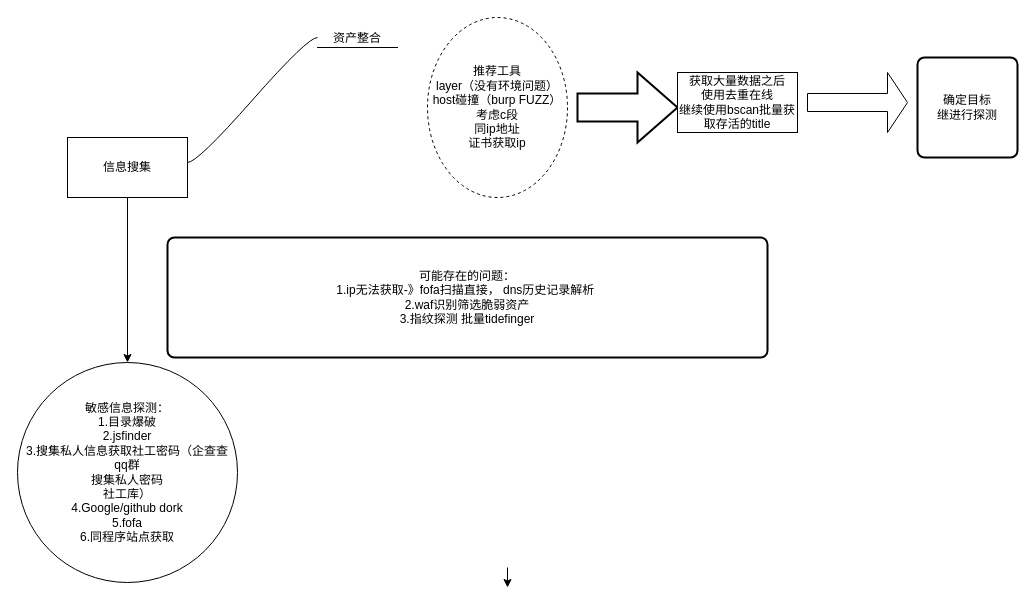
This is Untitled Diagram.drawio from Nicojuly/sec-jobs, a draw.io file, before an edit. Source tidied: cells renumbered, new cells numbered last; positions are measured from the earlier drawing's top-left corner, leaving out a move shared by most shapes. Both pictures are drawn from the tidied source at 100%, with x=0, y=0 at pixel (17, 17).
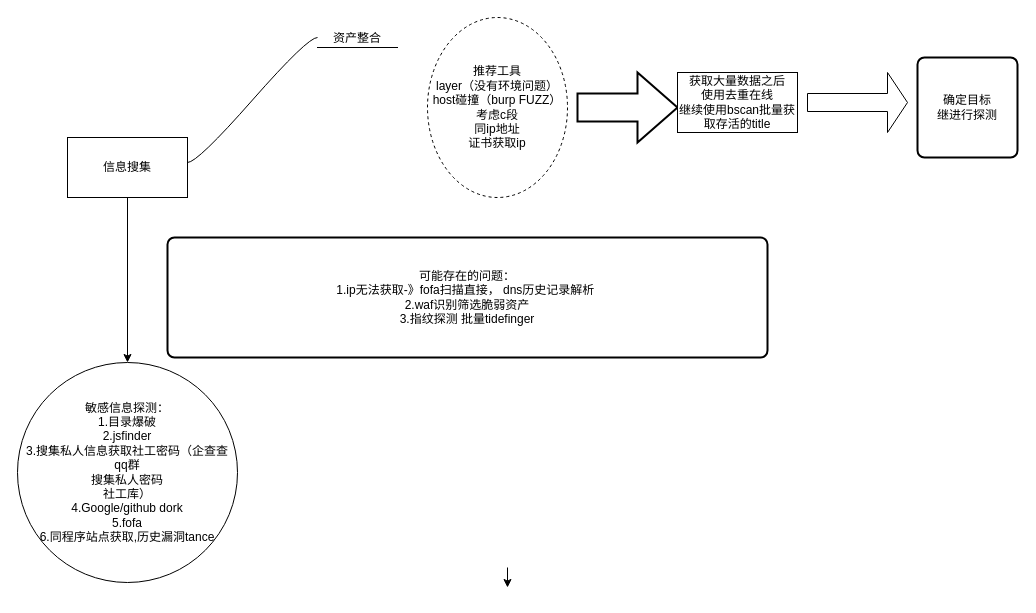
The same page after the edit.

Change to the diagram source:
```diff
@@
 <mxGraphModel>
   <root>
     <mxCell id="0" />
     <mxCell id="1" parent="0" />
     <mxCell id="2" value="信息搜集&lt;br&gt;" style="rounded=0;whiteSpace=wrap;html=1;" parent="1" vertex="1">
       <mxGeometry x="50" y="120" width="120" height="60" as="geometry" />
     </mxCell>
     <mxCell id="3" value="资产整合" style="whiteSpace=wrap;html=1;shape=partialRectangle;top=0;left=0;bottom=1;right=0;fillColor=none;align=center;verticalAlign=bottom;routingCenterY=0.5;newEdgeStyle={&quot;edgeStyle&quot;:&quot;entityRelationEdgeStyle&quot;,&quot;startArrow&quot;:&quot;none&quot;,&quot;endArrow&quot;:&quot;none&quot;,&quot;segment&quot;:10,&quot;curved&quot;:1};" parent="1" vertex="1">
       <mxGeometry x="300" y="10" width="80" height="20" as="geometry" />
     </mxCell>
     <mxCell id="4" style="edgeStyle=entityRelationEdgeStyle;startArrow=none;endArrow=none;segment=10;curved=1;rounded=0;exitX=1;exitY=0.25;exitDx=0;exitDy=0;" parent="1" edge="1">
       <mxGeometry relative="1" as="geometry">
         <mxPoint x="170" y="145" as="sourcePoint" />
         <mxPoint x="300" y="20" as="targetPoint" />
       </mxGeometry>
     </mxCell>
     <mxCell id="5" value="推荐工具&lt;br&gt;layer（没有环境问题）&lt;br&gt;host碰撞（burp FUZZ）&lt;br&gt;考虑c段&lt;br&gt;同ip地址&lt;br&gt;证书获取ip" style="ellipse;whiteSpace=wrap;html=1;align=center;dashed=1;" parent="1" vertex="1">
       <mxGeometry x="410" width="140" height="180" as="geometry" />
     </mxCell>
     <mxCell id="6" style="verticalLabelPosition=bottom;verticalAlign=top;html=1;strokeWidth=2;shape=mxgraph.arrows2.arrow;dy=0.6;dx=40;notch=0;" parent="1" vertex="1">
       <mxGeometry x="560" y="55" width="100" height="70" as="geometry" />
     </mxCell>
     <mxCell id="7" value="获取大量数据之后&lt;br&gt;使用去重在线&lt;br&gt;继续使用bscan批量获取存活的title" style="rounded=0;whiteSpace=wrap;html=1;" parent="1" vertex="1">
       <mxGeometry x="660" y="55" width="120" height="60" as="geometry" />
     </mxCell>
     <mxCell id="8" style="shape=singleArrow;whiteSpace=wrap;html=1;" parent="1" vertex="1">
       <mxGeometry x="790" y="55" width="100" height="60" as="geometry" />
     </mxCell>
     <mxCell id="9" value="确定目标&lt;br&gt;继进行探测" style="rounded=1;whiteSpace=wrap;html=1;absoluteArcSize=1;arcSize=14;strokeWidth=2;" parent="1" vertex="1">
       <mxGeometry x="900" y="40" width="100" height="100" as="geometry" />
     </mxCell>
     <mxCell id="10" value="可能存在的问题：&lt;br&gt;1.ip无法获取-》fofa扫描直接， dns历史记录解析&amp;nbsp;&lt;br&gt;2.waf识别筛选脆弱资产&lt;br&gt;3.指纹探测 批量tidefinger&lt;br&gt;" style="rounded=1;whiteSpace=wrap;html=1;absoluteArcSize=1;arcSize=14;strokeWidth=2;" parent="1" vertex="1">
       <mxGeometry x="150" y="220" width="600" height="120" as="geometry" />
     </mxCell>
     <mxCell id="11" style="edgeStyle=orthogonalEdgeStyle;rounded=0;orthogonalLoop=1;jettySize=auto;html=1;" parent="1" edge="1">
       <mxGeometry relative="1" as="geometry">
         <mxPoint x="490" y="550" as="sourcePoint" />
         <mxPoint x="490" y="570" as="targetPoint" />
       </mxGeometry>
     </mxCell>
     <mxCell id="12" style="endArrow=classic;html=1;rounded=0;exitX=0.5;exitY=1;exitDx=0;exitDy=0;" parent="1" edge="1" source="2" target="13">
       <mxGeometry relative="1" as="geometry" />
     </mxCell>
-    <mxCell id="13" value="敏感信息探测：&lt;br&gt;1.目录爆破&lt;br&gt;2.jsfinder&lt;br&gt;3.搜集私人信息获取社工密码（企查查&lt;br&gt;qq群&lt;br&gt;搜集私人密码&lt;br&gt;社工库）&lt;br&gt;4.Google/github dork&lt;br&gt;5.fofa&lt;br&gt;6.同程序站点获取" style="ellipse;whiteSpace=wrap;html=1;" parent="1" vertex="1">
+    <mxCell id="13" value="敏感信息探测：&lt;br&gt;1.目录爆破&lt;br&gt;2.jsfinder&lt;br&gt;3.搜集私人信息获取社工密码（企查查&lt;br&gt;qq群&lt;br&gt;搜集私人密码&lt;br&gt;社工库）&lt;br&gt;4.Google/github dork&lt;br&gt;5.fofa&lt;br&gt;6.同程序站点获取,历史漏洞tance" style="ellipse;whiteSpace=wrap;html=1;" parent="1" vertex="1">
       <mxGeometry y="345" width="220" height="220" as="geometry" />
     </mxCell>
   </root>
 </mxGraphModel>
```
